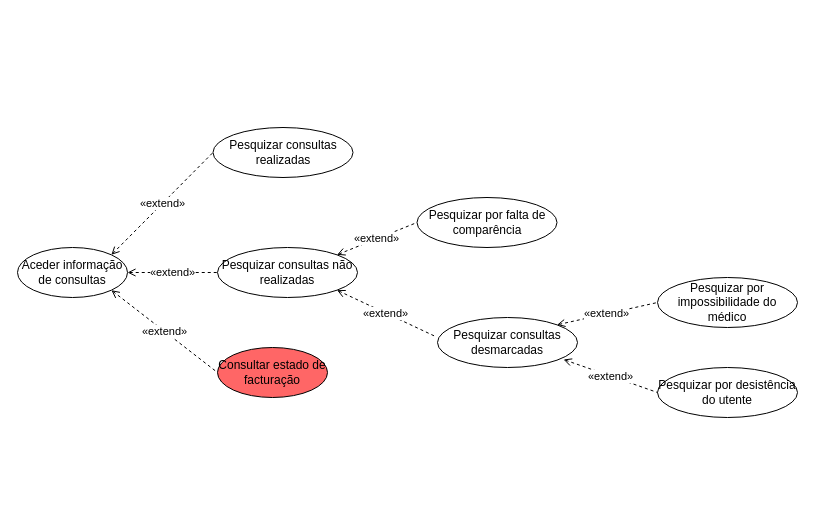
Before: page "Pesquisa de Informação" (2 of 5) of Diagrama Use Cases.drawio in carlan92/Hospital_Management_System, a draw.io diagram. Source tidied: cells renumbered, new cells numbered last; positions are measured from the earlier drawing's top-left corner, leaving out a move shared by most shapes. Both pictures are drawn from the tidied source at 100%, with x=0, y=0 at pixel (17, 127).
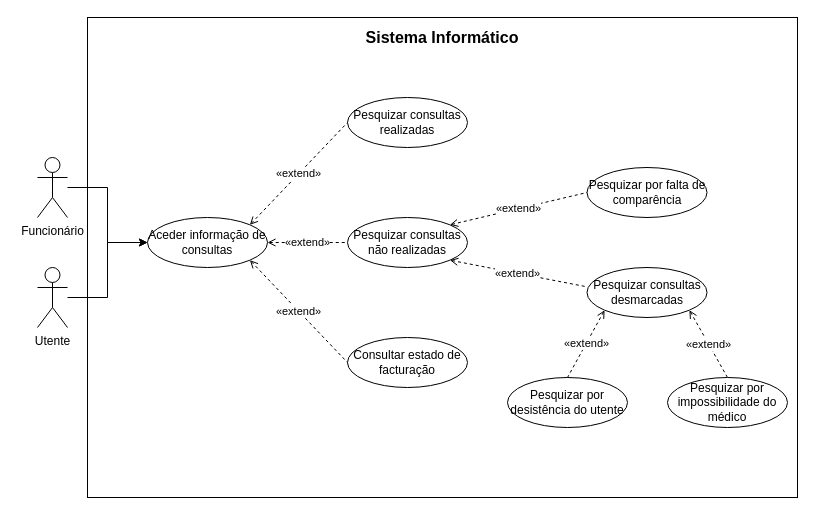
Above is the later version.

What changed in the source:
```diff
@@
+    <mxCell id="17" style="group;" parent="1" vertex="1">
+      <mxGeometry x="70" y="-110" width="710" height="480" as="geometry" />
+    </mxCell>
+    <mxCell id="18" style="rounded=0;whiteSpace=wrap;html=1;fillColor=none;" parent="17" vertex="1">
+      <mxGeometry width="710" height="480" as="geometry" />
+    </mxCell>
+    <mxCell id="19" value="Sistema Informático" style="text;html=1;strokeColor=none;fillColor=none;align=center;verticalAlign=middle;whiteSpace=wrap;rounded=0;fontSize=16;fontStyle=1;" parent="17" vertex="1">
+      <mxGeometry y="10" width="710" height="20" as="geometry" />
+    </mxCell>
     <mxCell id="2" value="Aceder informação de consultas" style="ellipse;whiteSpace=wrap;html=1;" parent="1" vertex="1">
-      <mxGeometry y="120" width="110" height="50" as="geometry" />
+      <mxGeometry x="130" y="90" width="120" height="50" as="geometry" />
     </mxCell>
     <mxCell id="3" value="Pesquizar&amp;nbsp;consultas realizadas" style="ellipse;whiteSpace=wrap;html=1;" parent="1" vertex="1">
-      <mxGeometry x="195.5" width="140" height="50" as="geometry" />
+      <mxGeometry x="330" y="-30" width="120" height="50" as="geometry" />
     </mxCell>
@@
     <mxCell id="5" value="Pesquizar&amp;nbsp;consultas não realizadas" style="ellipse;whiteSpace=wrap;html=1;" parent="1" vertex="1">
-      <mxGeometry x="200" y="120" width="140" height="50" as="geometry" />
+      <mxGeometry x="330" y="90" width="120" height="50" as="geometry" />
     </mxCell>
     <mxCell id="6" value="Pesquizar&amp;nbsp;por falta de comparência" style="ellipse;whiteSpace=wrap;html=1;" parent="1" vertex="1">
-      <mxGeometry x="399.5" y="70" width="140" height="50" as="geometry" />
+      <mxGeometry x="569.5" y="40" width="120" height="50" as="geometry" />
     </mxCell>
     <mxCell id="7" value="Pesquizar&amp;nbsp;consultas desmarcadas" style="ellipse;whiteSpace=wrap;html=1;" parent="1" vertex="1">
-      <mxGeometry x="420" y="190" width="140" height="50" as="geometry" />
+      <mxGeometry x="569.5" y="140" width="120" height="50" as="geometry" />
     </mxCell>
@@
-    <mxCell id="11" value="«extend»" style="endArrow=none;endSize=6;endFill=0;html=1;startArrow=open;startFill=0;verticalAlign=middle;dashed=1;exitX=1;exitY=0;exitDx=0;exitDy=0;entryX=0;entryY=0.5;entryDx=0;entryDy=0;" parent="1" edge="1" source="7" target="12">
+    <mxCell id="11" value="«extend»" style="endArrow=none;endSize=6;endFill=0;html=1;startArrow=open;startFill=0;verticalAlign=middle;dashed=1;exitX=1;exitY=1;exitDx=0;exitDy=0;entryX=0.5;entryY=0;entryDx=0;entryDy=0;" parent="1" edge="1" source="7" target="12">
       <mxGeometry relative="1" as="geometry" />
     </mxCell>
     <mxCell id="12" value="Pesquizar&amp;nbsp;por impossibilidade do médico" style="ellipse;whiteSpace=wrap;html=1;" parent="1" vertex="1">
-      <mxGeometry x="640" y="150" width="140" height="50" as="geometry" />
+      <mxGeometry x="650" y="250" width="120" height="50" as="geometry" />
     </mxCell>
     <mxCell id="13" value="Pesquizar&amp;nbsp;por desistência do utente" style="ellipse;whiteSpace=wrap;html=1;" parent="1" vertex="1">
-      <mxGeometry x="640" y="240" width="140" height="50" as="geometry" />
+      <mxGeometry x="490" y="250" width="120" height="50" as="geometry" />
     </mxCell>
-    <mxCell id="14" value="«extend»" style="endArrow=none;endSize=6;endFill=0;html=1;startArrow=open;startFill=0;verticalAlign=middle;dashed=1;entryX=0;entryY=0.5;entryDx=0;entryDy=0;" parent="1" edge="1" target="13">
-      <mxGeometry relative="1" as="geometry">
-        <mxPoint x="546" y="232" as="sourcePoint" />
-      </mxGeometry>
+    <mxCell id="14" value="«extend»" style="endArrow=none;endSize=6;endFill=0;html=1;startArrow=open;startFill=0;verticalAlign=middle;dashed=1;entryX=0.5;entryY=0;entryDx=0;entryDy=0;exitX=0;exitY=1;exitDx=0;exitDy=0;" parent="1" edge="1" source="7" target="13">
+      <mxGeometry relative="1" as="geometry" />
     </mxCell>
-    <mxCell id="15" value="Consultar estado de facturação" style="ellipse;whiteSpace=wrap;html=1;fillColor=#FF6666;" parent="1" vertex="1">
-      <mxGeometry x="200" y="220" width="110" height="50" as="geometry" />
+    <mxCell id="15" value="Consultar estado de facturação" style="ellipse;whiteSpace=wrap;html=1;" parent="1" vertex="1">
+      <mxGeometry x="330" y="210" width="120" height="50" as="geometry" />
     </mxCell>
@@
+    <mxCell id="20" style="edgeStyle=orthogonalEdgeStyle;rounded=0;jettySize=auto;html=1;entryX=0;entryY=0.5;entryDx=0;entryDy=0;startArrow=none;startFill=0;endArrow=classic;endFill=1;" parent="1" edge="1" source="21" target="2">
+      <mxGeometry relative="1" as="geometry" />
+    </mxCell>
+    <mxCell id="21" value="Funcionário" style="shape=umlActor;verticalLabelPosition=bottom;verticalAlign=top;html=1;outlineConnect=0;" parent="1" vertex="1">
+      <mxGeometry x="20" y="30" width="30" height="60" as="geometry" />
+    </mxCell>
+    <mxCell id="22" style="edgeStyle=orthogonalEdgeStyle;rounded=0;jettySize=auto;html=1;entryX=0;entryY=0.5;entryDx=0;entryDy=0;startArrow=none;startFill=0;endArrow=classic;endFill=1;" parent="1" edge="1" source="23" target="2">
+      <mxGeometry relative="1" as="geometry" />
+    </mxCell>
+    <mxCell id="23" value="Utente" style="shape=umlActor;verticalLabelPosition=bottom;verticalAlign=top;html=1;outlineConnect=0;" parent="1" vertex="1">
+      <mxGeometry x="20" y="140" width="30" height="60" as="geometry" />
+    </mxCell>
```
